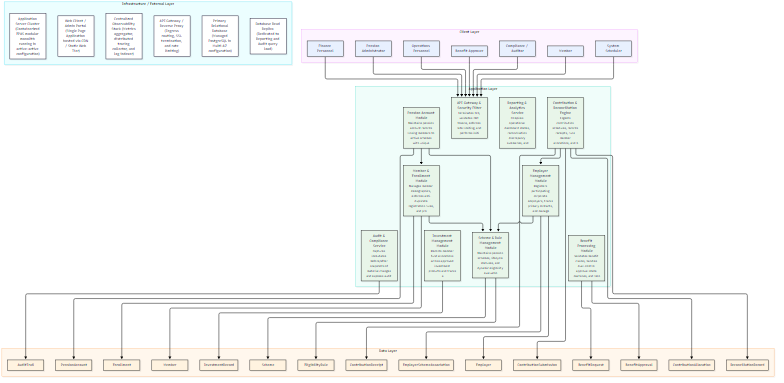
Earlier version of the Mermaid export system_design_output/system_design.png (Pinak1802/BRD_PYTHON). Its source is kept beside it as system_design_output/system_design.mmd. Its diagram source:
```mermaid
flowchart TB

    subgraph CLIENT["Client Layer"]
        ACTOR_1["Pension Administrator"]
        ACTOR_2["Finance Personnel"]
        ACTOR_3["Operations Personnel"]
        ACTOR_4["Benefit Approver"]
        ACTOR_5["Member"]
        ACTOR_6["Compliance / Auditor"]
        ACTOR_7["System Scheduler"]
    end

    subgraph APPLICATION["Application Layer"]
        COMP_1["API Gateway & Security Filter<br/><small>Terminates TLS, validates JWT tokens, enforces rate limiting, and performs initi</small>"]
        COMP_2["Scheme & Rule Management Module<br/><small>Maintains pension schemes, lifecycle statuses, and dynamic eligibility evaluatio</small>"]
        COMP_3["Employer Management Module<br/><small>Registers participating corporate employers, tracks primary contacts, and manage</small>"]
        COMP_4["Member & Enrollment Module<br/><small>Manages member demographics, enforces anti-duplicate registration rules, and pro</small>"]
        COMP_5["Pension Account Module<br/><small>Maintains pension account records linking members to active schemes with unique </small>"]
        COMP_6["Contribution & Reconciliation Engine<br/><small>Ingests contribution schedules, records receipts, runs member allocations, and b</small>"]
        COMP_7["Investment Management Module<br/><small>Records member fund allocations across approved investment products and tracks a</small>"]
        COMP_8["Benefit Processing Module<br/><small>Validates benefit claims, handles dual-control approval state machines, and reco</small>"]
        COMP_9["Audit & Compliance Service<br/><small>Captures immutable before/after snapshots of material changes and exposes audit </small>"]
        COMP_10["Reporting & Analytics Service<br/><small>Compiles operational dashboard states, reconciliation discrepancy summaries, and</small>"]
    end

    subgraph DATABASE["Data Layer"]
        DB_1["Scheme"]
        DB_2["EligibilityRule"]
        DB_3["Employer"]
        DB_4["EmployerSchemeAssociation"]
        DB_5["Member"]
        DB_6["Enrollment"]
        DB_7["PensionAccount"]
        DB_8["ContributionSubmission"]
        DB_9["ContributionReceipt"]
        DB_10["ContributionAllocation"]
        DB_11["ReconciliationRecord"]
        DB_12["InvestmentRecord"]
        DB_13["BenefitRequest"]
        DB_14["BenefitApproval"]
        DB_15["AuditTrail"]
    end

    subgraph INFRA["Infrastructure / External Layer"]
        INFRA_1["Web Client / Admin Portal (Single Page Application hosted via CDN / Static Web Tier)"]
        INFRA_2["API Gateway / Reverse Proxy (Ingress routing, SSL termination, and rate limiting)"]
        INFRA_3["Application Server Cluster (Containerized EPAS modular monolith running in active-active configuration)"]
        INFRA_4["Primary Relational Database (Managed PostgreSQL in Multi-AZ configuration)"]
        INFRA_5["Database Read Replica (Dedicated to Reporting and Audit query load)"]
        INFRA_6["Centralized Observability Stack (Metrics aggregator, distributed tracing collector, and log indexer)"]
    end

    ACTOR_1 --> COMP_1
    ACTOR_2 --> COMP_1
    ACTOR_3 --> COMP_1
    ACTOR_4 --> COMP_1
    ACTOR_5 --> COMP_1
    ACTOR_6 --> COMP_1
    ACTOR_7 --> COMP_1
    COMP_3 --> COMP_2
    COMP_4 --> COMP_2
    COMP_5 --> COMP_4
    COMP_5 --> COMP_2
    COMP_6 --> COMP_3
    COMP_2 --> DB_1
    COMP_2 --> DB_2
    COMP_3 --> DB_3
    COMP_3 --> DB_4
    COMP_4 --> DB_5
    COMP_4 --> DB_6
    COMP_5 --> DB_7
    COMP_6 --> DB_8
    COMP_6 --> DB_9
    COMP_6 --> DB_10
    COMP_6 --> DB_11
    COMP_7 --> DB_12
    COMP_8 --> DB_13
    COMP_8 --> DB_14
    COMP_9 --> DB_15

    classDef actor fill:#e8f0fe,stroke:#333
    classDef component fill:#e8f5e9,stroke:#333
    classDef database fill:#fff3e0,stroke:#333
    classDef infra fill:#f3e5f5,stroke:#333

    class ACTOR_1 actor
    class ACTOR_2 actor
    class ACTOR_3 actor
    class ACTOR_4 actor
    class ACTOR_5 actor
    class ACTOR_6 actor
    class ACTOR_7 actor
    class COMP_1 component
    class COMP_2 component
    class COMP_3 component
    class COMP_4 component
    class COMP_5 component
    class COMP_6 component
    class COMP_7 component
    class COMP_8 component
    class COMP_9 component
    class COMP_10 component
    class DB_1 database
    class DB_2 database
    class DB_3 database
    class DB_4 database
    class DB_5 database
    class DB_6 database
    class DB_7 database
    class DB_8 database
    class DB_9 database
    class DB_10 database
    class DB_11 database
    class DB_12 database
    class DB_13 database
    class DB_14 database
    class DB_15 database
```
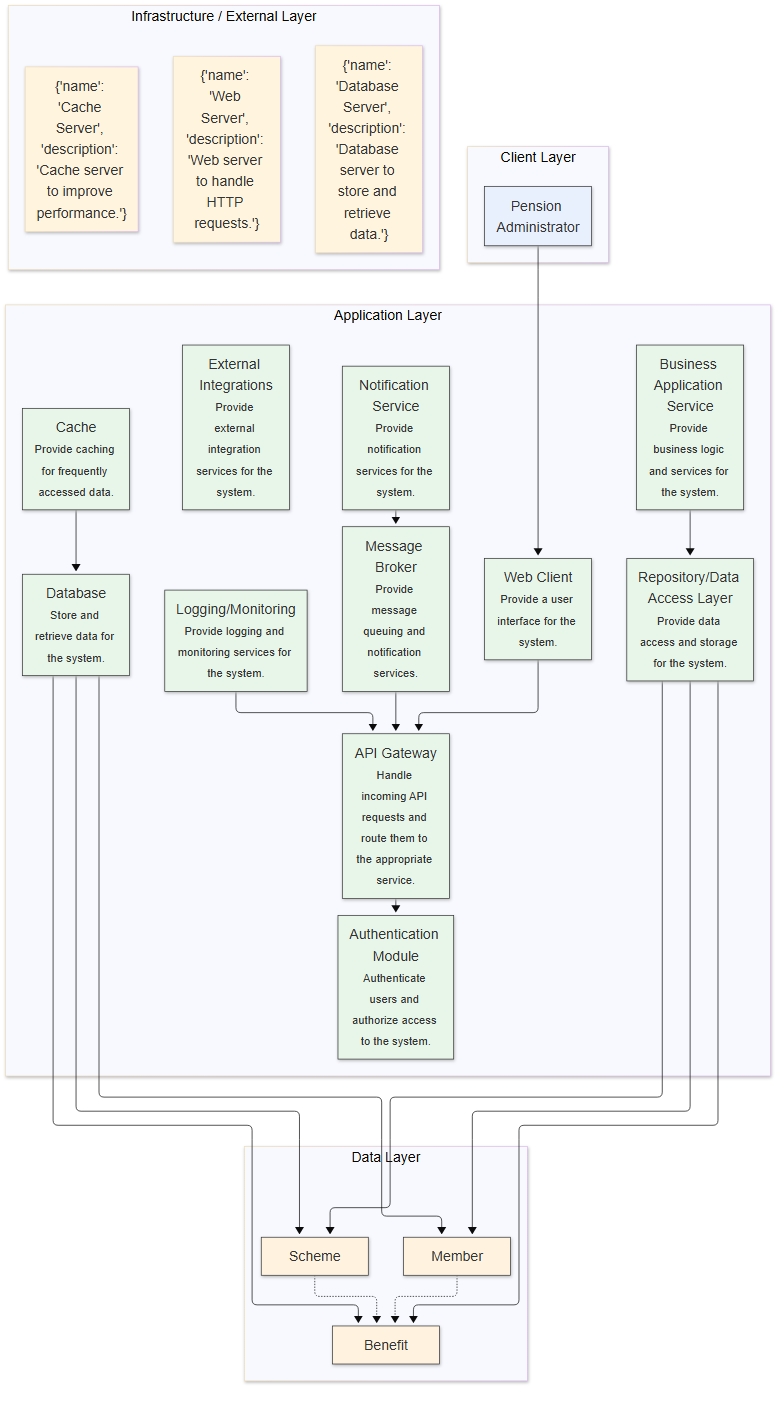
After the change.

Commit message:
Finally the system design is done with the .png file

What changed in the source:
```diff
@@ -1,82 +1,52 @@
+%%{init: {'theme': 'base', 'flowchart': {'htmlLabels': true, 'curve': 'basis', 'nodeSpacing': 80, 'rankSpacing': 100}, 'themeVariables': {'fontSize': '20px', 'fontFamily': 'Arial'}}}%%
 flowchart TB
 
     subgraph CLIENT["Client Layer"]
         ACTOR_1["Pension Administrator"]
-        ACTOR_2["Finance Personnel"]
-        ACTOR_3["Operations Personnel"]
-        ACTOR_4["Benefit Approver"]
-        ACTOR_5["Member"]
-        ACTOR_6["Compliance / Auditor"]
-        ACTOR_7["System Scheduler"]
     end
 
     subgraph APPLICATION["Application Layer"]
-        COMP_1["API Gateway & Security Filter<br/><small>Terminates TLS, validates JWT tokens, enforces rate limiting, and performs initi</small>"]
-        COMP_2["Scheme & Rule Management Module<br/><small>Maintains pension schemes, lifecycle statuses, and dynamic eligibility evaluatio</small>"]
-        COMP_3["Employer Management Module<br/><small>Registers participating corporate employers, tracks primary contacts, and manage</small>"]
-        COMP_4["Member & Enrollment Module<br/><small>Manages member demographics, enforces anti-duplicate registration rules, and pro</small>"]
-        COMP_5["Pension Account Module<br/><small>Maintains pension account records linking members to active schemes with unique </small>"]
-        COMP_6["Contribution & Reconciliation Engine<br/><small>Ingests contribution schedules, records receipts, runs member allocations, and b</small>"]
-        COMP_7["Investment Management Module<br/><small>Records member fund allocations across approved investment products and tracks a</small>"]
-        COMP_8["Benefit Processing Module<br/><small>Validates benefit claims, handles dual-control approval state machines, and reco</small>"]
-        COMP_9["Audit & Compliance Service<br/><small>Captures immutable before/after snapshots of material changes and exposes audit </small>"]
-        COMP_10["Reporting & Analytics Service<br/><small>Compiles operational dashboard states, reconciliation discrepancy summaries, and</small>"]
+        COMP_1["Web Client<br/><span style='font-size:16px'>Provide a user interface for the system.</span>"]
+        COMP_2["API Gateway<br/><span style='font-size:16px'>Handle incoming API requests and route them to the appropriate service.</span>"]
+        COMP_3["Authentication Module<br/><span style='font-size:16px'>Authenticate users and authorize access to the system.</span>"]
+        COMP_4["Business Application Service<br/><span style='font-size:16px'>Provide business logic and services for the system.</span>"]
+        COMP_5["Repository/Data Access Layer<br/><span style='font-size:16px'>Provide data access and storage for the system.</span>"]
+        COMP_6["Database<br/><span style='font-size:16px'>Store and retrieve data for the system.</span>"]
+        COMP_7["Cache<br/><span style='font-size:16px'>Provide caching for frequently accessed data.</span>"]
+        COMP_8["Message Broker<br/><span style='font-size:16px'>Provide message queuing and notification services.</span>"]
+        COMP_9["Notification Service<br/><span style='font-size:16px'>Provide notification services for the system.</span>"]
+        COMP_10["External Integrations<br/><span style='font-size:16px'>Provide external integration services for the system.</span>"]
+        COMP_11["Logging/Monitoring<br/><span style='font-size:16px'>Provide logging and monitoring services for the system.</span>"]
     end
 
     subgraph DATABASE["Data Layer"]
         DB_1["Scheme"]
-        DB_2["EligibilityRule"]
-        DB_3["Employer"]
-        DB_4["EmployerSchemeAssociation"]
-        DB_5["Member"]
-        DB_6["Enrollment"]
-        DB_7["PensionAccount"]
-        DB_8["ContributionSubmission"]
-        DB_9["ContributionReceipt"]
-        DB_10["ContributionAllocation"]
-        DB_11["ReconciliationRecord"]
-        DB_12["InvestmentRecord"]
-        DB_13["BenefitRequest"]
-        DB_14["BenefitApproval"]
-        DB_15["AuditTrail"]
+        DB_2["Member"]
+        DB_3["Benefit"]
     end
 
     subgraph INFRA["Infrastructure / External Layer"]
-        INFRA_1["Web Client / Admin Portal (Single Page Application hosted via CDN / Static Web Tier)"]
-        INFRA_2["API Gateway / Reverse Proxy (Ingress routing, SSL termination, and rate limiting)"]
-        INFRA_3["Application Server Cluster (Containerized EPAS modular monolith running in active-active configuration)"]
-        INFRA_4["Primary Relational Database (Managed PostgreSQL in Multi-AZ configuration)"]
-        INFRA_5["Database Read Replica (Dedicated to Reporting and Audit query load)"]
-        INFRA_6["Centralized Observability Stack (Metrics aggregator, distributed tracing collector, and log indexer)"]
+        INFRA_1["{'name': 'Web Server', 'description': 'Web server to handle HTTP requests.'}"]
+        INFRA_2["{'name': 'Database Server', 'description': 'Database server to store and retrieve data.'}"]
+        INFRA_3["{'name': 'Cache Server', 'description': 'Cache server to improve performance.'}"]
     end
 
     ACTOR_1 --> COMP_1
-    ACTOR_2 --> COMP_1
-    ACTOR_3 --> COMP_1
-    ACTOR_4 --> COMP_1
-    ACTOR_5 --> COMP_1
-    ACTOR_6 --> COMP_1
-    ACTOR_7 --> COMP_1
-    COMP_3 --> COMP_2
-    COMP_4 --> COMP_2
-    COMP_5 --> COMP_4
-    COMP_5 --> COMP_2
-    COMP_6 --> COMP_3
-    COMP_2 --> DB_1
-    COMP_2 --> DB_2
-    COMP_3 --> DB_3
-    COMP_3 --> DB_4
-    COMP_4 --> DB_5
-    COMP_4 --> DB_6
-    COMP_5 --> DB_7
-    COMP_6 --> DB_8
-    COMP_6 --> DB_9
-    COMP_6 --> DB_10
-    COMP_6 --> DB_11
-    COMP_7 --> DB_12
-    COMP_8 --> DB_13
-    COMP_8 --> DB_14
-    COMP_9 --> DB_15
+    COMP_1 --> COMP_2
+    COMP_2 --> COMP_3
+    COMP_4 --> COMP_5
+    COMP_7 --> COMP_6
+    COMP_8 --> COMP_2
+    COMP_9 --> COMP_8
+    COMP_11 --> COMP_2
+    COMP_5 --> DB_1
+    COMP_5 --> DB_2
+    COMP_5 --> DB_3
+    COMP_6 --> DB_1
+    COMP_6 --> DB_2
+    COMP_6 --> DB_3
+    DB_1 -.-> DB_3
+    DB_2 -.-> DB_3
 
     classDef actor fill:#e8f0fe,stroke:#333
     classDef component fill:#e8f5e9,stroke:#333
@@ -84,12 +54,6 @@
     classDef infra fill:#f3e5f5,stroke:#333
 
     class ACTOR_1 actor
-    class ACTOR_2 actor
-    class ACTOR_3 actor
-    class ACTOR_4 actor
-    class ACTOR_5 actor
-    class ACTOR_6 actor
-    class ACTOR_7 actor
     class COMP_1 component
     class COMP_2 component
     class COMP_3 component
@@ -100,18 +64,7 @@
     class COMP_8 component
     class COMP_9 component
     class COMP_10 component
+    class COMP_11 component
     class DB_1 database
     class DB_2 database
     class DB_3 database
-    class DB_4 database
-    class DB_5 database
-    class DB_6 database
-    class DB_7 database
-    class DB_8 database
-    class DB_9 database
-    class DB_10 database
-    class DB_11 database
-    class DB_12 database
-    class DB_13 database
-    class DB_14 database
-    class DB_15 database
```
